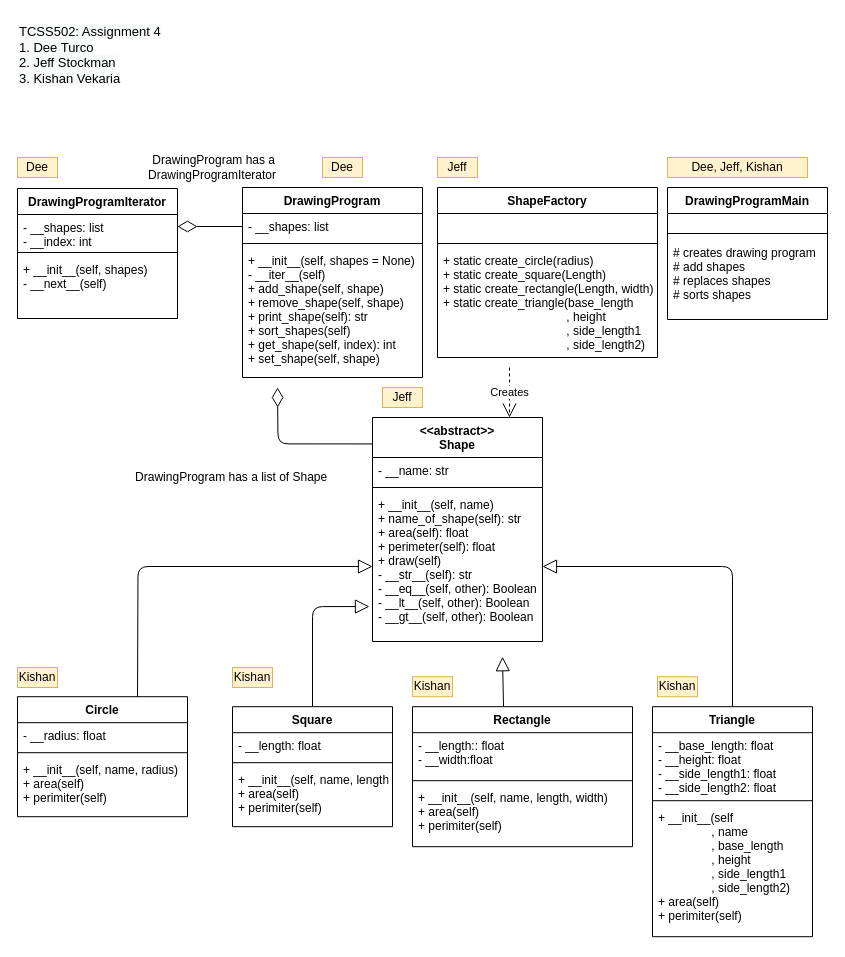
Above: HW4_Dee.drawio in jstocks/shapefactory (draw.io), before the change. Source tidied: cells renumbered, new cells numbered last; positions are measured from the earlier drawing's top-left corner, leaving out a move shared by most shapes. Both pictures are drawn from the tidied source at 100%, with x=0, y=0 at pixel (17, 17).
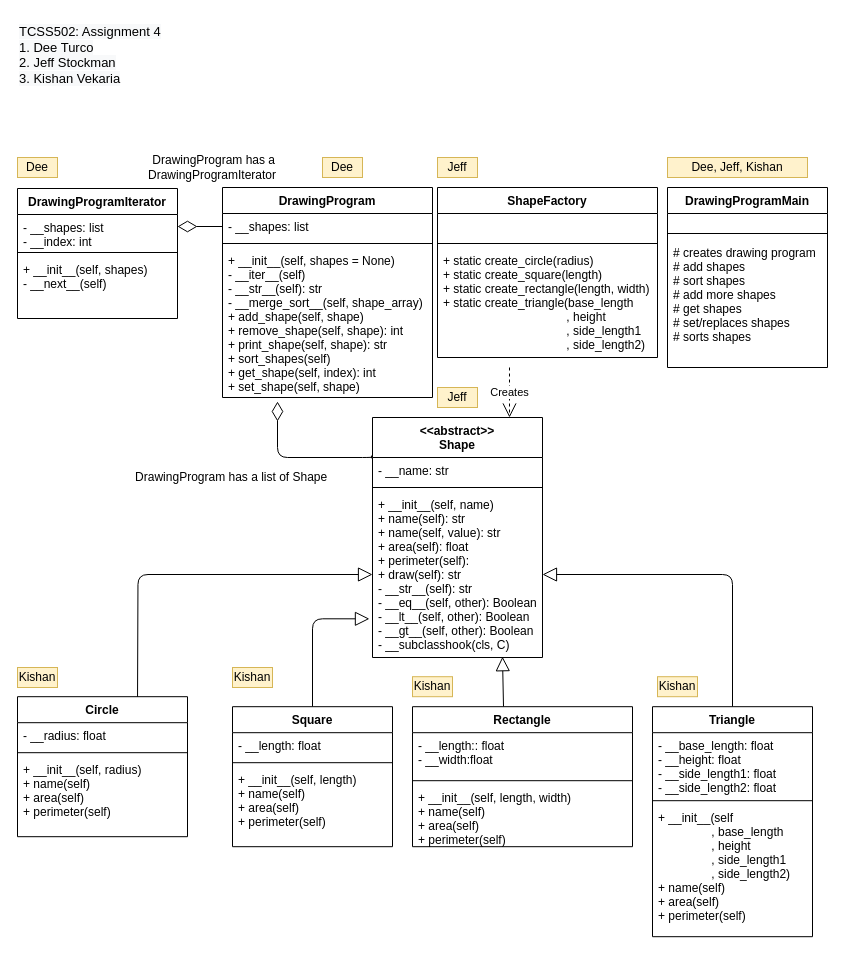
After the change.

The change refers to these unchanged cells:
```xml
<mxCell id="14" value="ShapeFactory" style="swimlane;fontStyle=1;align=center;verticalAlign=top;horizontal=1;startSize=26;" parent="1" vertex="1">
  <mxGeometry x="420" y="170" width="220" height="170" as="geometry" />
</mxCell>
<mxCell id="30" value="Triangle" style="swimlane;fontStyle=1;align=center;verticalAlign=top;horizontal=1;startSize=26;" parent="1" vertex="1">
  <mxGeometry x="635" y="689.2" width="160" height="230" as="geometry" />
</mxCell>
<mxCell id="38" value="Rectangle" style="swimlane;fontStyle=1;align=center;verticalAlign=top;horizontal=1;startSize=26;" parent="1" vertex="1">
  <mxGeometry x="395" y="689.2" width="220" height="140" as="geometry" />
</mxCell>
```

What changed in the source:
```diff
@@
-    <mxCell id="5" style="endArrow=diamondThin;html=1;exitX=0;exitY=0.118;exitDx=0;exitDy=0;endFill=0;edgeStyle=orthogonalEdgeStyle;exitPerimeter=0;strokeWidth=1;endSize=17;" parent="1" edge="1" source="26">
+    <mxCell id="5" style="endArrow=diamondThin;html=1;exitX=-0.006;exitY=0.17;exitDx=0;exitDy=0;endFill=0;edgeStyle=orthogonalEdgeStyle;exitPerimeter=0;strokeWidth=1;endSize=17;" parent="1" edge="1" source="26">
       <mxGeometry relative="1" as="geometry">
-        <mxPoint x="260" y="370" as="targetPoint" />
+        <mxPoint x="260" y="384" as="targetPoint" />
+        <Array as="points">
+          <mxPoint x="355" y="438" />
+          <mxPoint x="355" y="440" />
+          <mxPoint x="260" y="440" />
+        </Array>
       </mxGeometry>
     </mxCell>
@@
-    <mxCell id="17" value="+ static create_circle(radius)&#10;+ static create_square(Length)&#10;+ static create_rectangle(Length, width)&#10;+ static create_triangle(base_length&#10;                                     , height&#10;                                     , side_length1&#10;                                     , side_length2)&#10;" style="text;strokeColor=none;fillColor=none;align=left;verticalAlign=top;spacingLeft=4;spacingRight=4;overflow=hidden;" parent="14" vertex="1">
+    <mxCell id="17" value="+ static create_circle(radius)&#10;+ static create_square(length)&#10;+ static create_rectangle(length, width)&#10;+ static create_triangle(base_length&#10;                                     , height&#10;                                     , side_length1&#10;                                     , side_length2)&#10;" style="text;strokeColor=none;fillColor=none;align=left;verticalAlign=top;spacingLeft=4;spacingRight=4;overflow=hidden;" parent="14" vertex="1">
       <mxGeometry y="60" width="220" height="110" as="geometry" />
     </mxCell>
     <mxCell id="18" value="DrawingProgramMain" style="swimlane;fontStyle=1;align=center;verticalAlign=top;horizontal=1;startSize=26;" parent="1" vertex="1">
-      <mxGeometry x="650" y="170" width="160" height="132" as="geometry" />
+      <mxGeometry x="650" y="170" width="160" height="180" as="geometry" />
     </mxCell>
@@
-    <mxCell id="21" value="# creates drawing program&#10;# add shapes&#10;# replaces shapes&#10;# sorts shapes" style="text;strokeColor=none;fillColor=none;align=left;verticalAlign=top;spacingLeft=4;spacingRight=4;overflow=hidden;" parent="18" vertex="1">
-      <mxGeometry y="52" width="160" height="80" as="geometry" />
+    <mxCell id="21" value="# creates drawing program&#10;# add shapes&#10;# sort shapes&#10;# add more shapes&#10;# get shapes&#10;# set/replaces shapes&#10;# sorts shapes" style="text;strokeColor=none;fillColor=none;align=left;verticalAlign=top;spacingLeft=4;spacingRight=4;overflow=hidden;" parent="18" vertex="1">
+      <mxGeometry y="52" width="160" height="128" as="geometry" />
     </mxCell>
     <mxCell id="22" value="Circle" style="swimlane;fontStyle=1;align=center;verticalAlign=top;horizontal=1;startSize=26;" parent="1" vertex="1">
-      <mxGeometry y="679.2" width="170" height="120" as="geometry" />
+      <mxGeometry y="679.2" width="170" height="140" as="geometry" />
     </mxCell>
@@
-    <mxCell id="25" value="+ __init__(self, name, radius)&#10;+ area(self)&#10;+ perimiter(self)" style="text;strokeColor=none;fillColor=none;align=left;verticalAlign=top;spacingLeft=4;spacingRight=4;overflow=hidden;" parent="22" vertex="1">
-      <mxGeometry y="60" width="170" height="60" as="geometry" />
+    <mxCell id="25" value="+ __init__(self, radius)&#10;+ name(self)&#10;+ area(self)&#10;+ perimeter(self)" style="text;strokeColor=none;fillColor=none;align=left;verticalAlign=top;spacingLeft=4;spacingRight=4;overflow=hidden;" parent="22" vertex="1">
+      <mxGeometry y="60" width="170" height="80" as="geometry" />
     </mxCell>
     <mxCell id="26" value="&lt;&lt;abstract&gt;&gt;&#10;Shape" style="swimlane;fontStyle=1;align=center;verticalAlign=top;horizontal=1;startSize=40;" parent="1" vertex="1">
-      <mxGeometry x="355" y="400" width="170" height="224" as="geometry" />
+      <mxGeometry x="355" y="400" width="170" height="240" as="geometry" />
     </mxCell>
@@
-    <mxCell id="29" value="+ __init__(self, name)&#10;+ name_of_shape(self): str&#10;+ area(self): float&#10;+ perimeter(self): float&#10;+ draw(self)&#10;- __str__(self): str&#10;- __eq__(self, other): Boolean&#10;- __lt__(self, other): Boolean&#10;- __gt__(self, other): Boolean" style="text;strokeColor=none;fillColor=none;align=left;verticalAlign=top;spacingLeft=4;spacingRight=4;overflow=hidden;points=[[0,0.5],[1,0.5]];portConstraint=eastwest;" parent="26" vertex="1">
-      <mxGeometry y="74" width="170" height="150" as="geometry" />
+    <mxCell id="29" value="+ __init__(self, name)&#10;+ name(self): str&#10;+ name(self, value): str&#10;+ area(self): float&#10;+ perimeter(self):&#10;+ draw(self): str&#10;- __str__(self): str&#10;- __eq__(self, other): Boolean&#10;- __lt__(self, other): Boolean&#10;- __gt__(self, other): Boolean&#10;- __subclasshook(cls, C)" style="text;strokeColor=none;fillColor=none;align=left;verticalAlign=top;spacingLeft=4;spacingRight=4;overflow=hidden;points=[[0,0.5],[1,0.5]];portConstraint=eastwest;" parent="26" vertex="1">
+      <mxGeometry y="74" width="170" height="166" as="geometry" />
     </mxCell>
@@
-    <mxCell id="33" value="+ __init__(self&#10;                , name&#10;                , base_length&#10;                , height&#10;                , side_length1&#10;                , side_length2) &#10;+ area(self)&#10;+ perimiter(self)" style="text;strokeColor=none;fillColor=none;align=left;verticalAlign=top;spacingLeft=4;spacingRight=4;overflow=hidden;" parent="30" vertex="1">
+    <mxCell id="33" value="+ __init__(self&#10;                , base_length&#10;                , height&#10;                , side_length1&#10;                , side_length2) &#10;+ name(self)&#10;+ area(self)&#10;+ perimeter(self)" style="text;strokeColor=none;fillColor=none;align=left;verticalAlign=top;spacingLeft=4;spacingRight=4;overflow=hidden;" parent="30" vertex="1">
       <mxGeometry y="98" width="160" height="132" as="geometry" />
     </mxCell>
     <mxCell id="34" value="Square" style="swimlane;fontStyle=1;align=center;verticalAlign=top;horizontal=1;startSize=26;" parent="1" vertex="1">
-      <mxGeometry x="215" y="689.2" width="160" height="120" as="geometry" />
+      <mxGeometry x="215" y="689.2" width="160" height="140" as="geometry" />
     </mxCell>
@@
-    <mxCell id="37" value="+ __init__(self, name, length)&#10;+ area(self)&#10;+ perimiter(self)" style="text;strokeColor=none;fillColor=none;align=left;verticalAlign=top;spacingLeft=4;spacingRight=4;overflow=hidden;" parent="34" vertex="1">
-      <mxGeometry y="60" width="160" height="60" as="geometry" />
+    <mxCell id="37" value="+ __init__(self, length)&#10;+ name(self)&#10;+ area(self)&#10;+ perimeter(self)" style="text;strokeColor=none;fillColor=none;align=left;verticalAlign=top;spacingLeft=4;spacingRight=4;overflow=hidden;" parent="34" vertex="1">
+      <mxGeometry y="60" width="160" height="80" as="geometry" />
     </mxCell>
@@
-    <mxCell id="41" value="+ __init__(self, name, length, width)&#10;+ area(self)&#10;+ perimiter(self)" style="text;strokeColor=none;fillColor=none;align=left;verticalAlign=top;spacingLeft=4;spacingRight=4;overflow=hidden;" parent="38" vertex="1">
+    <mxCell id="41" value="+ __init__(self, length, width)&#10;+ name(self)&#10;+ area(self)&#10;+ perimeter(self)" style="text;strokeColor=none;fillColor=none;align=left;verticalAlign=top;spacingLeft=4;spacingRight=4;overflow=hidden;" parent="38" vertex="1">
       <mxGeometry y="78" width="220" height="62" as="geometry" />
     </mxCell>
     <mxCell id="42" value="DrawingProgram" style="swimlane;fontStyle=1;align=center;verticalAlign=top;horizontal=1;startSize=26;" parent="1" vertex="1">
-      <mxGeometry x="225" y="170" width="180" height="190" as="geometry" />
+      <mxGeometry x="205" y="170" width="210" height="210" as="geometry" />
     </mxCell>
     <mxCell id="43" value="- __shapes: list" style="text;strokeColor=none;fillColor=none;align=left;verticalAlign=top;spacingLeft=4;spacingRight=4;overflow=hidden;points=[[0,0.5],[1,0.5]];portConstraint=eastwest;" parent="42" vertex="1">
-      <mxGeometry y="26" width="180" height="26" as="geometry" />
+      <mxGeometry y="26" width="210" height="26" as="geometry" />
     </mxCell>
     <mxCell id="44" style="line;strokeWidth=1;fillColor=none;align=left;verticalAlign=middle;spacingTop=-1;spacingLeft=3;spacingRight=3;labelPosition=right;" parent="42" vertex="1">
-      <mxGeometry y="52" width="180" height="8" as="geometry" />
+      <mxGeometry y="52" width="210" height="8" as="geometry" />
     </mxCell>
-    <mxCell id="45" value="+ __init__(self, shapes = None)&#10;- __iter__(self)&#10;+ add_shape(self, shape) &#10;+ remove_shape(self, shape)&#10;+ print_shape(self): str&#10;+ sort_shapes(self)&#10;+ get_shape(self, index): int&#10;+ set_shape(self, shape)&#10;" style="text;strokeColor=none;fillColor=none;align=left;verticalAlign=top;spacingLeft=4;spacingRight=4;overflow=hidden;" parent="42" vertex="1">
-      <mxGeometry y="60" width="180" height="130" as="geometry" />
+    <mxCell id="45" value="+ __init__(self, shapes = None)&#10;- __iter__(self)&#10;- __str__(self): str&#10;- __merge_sort__(self, shape_array)&#10;+ add_shape(self, shape) &#10;+ remove_shape(self, shape): int&#10;+ print_shape(self, shape): str&#10;+ sort_shapes(self)&#10;+ get_shape(self, index): int&#10;+ set_shape(self, shape)&#10;&#10;" style="text;strokeColor=none;fillColor=none;align=left;verticalAlign=top;spacingLeft=4;spacingRight=4;overflow=hidden;" parent="42" vertex="1">
+      <mxGeometry y="60" width="210" height="150" as="geometry" />
     </mxCell>
@@
     <mxCell id="50" value="Jeff" style="text;html=1;strokeColor=#d6b656;fillColor=#fff2cc;align=center;verticalAlign=middle;whiteSpace=wrap;rounded=0;" parent="1" vertex="1">
-      <mxGeometry x="365" y="370" width="40" height="20" as="geometry" />
+      <mxGeometry x="420" y="370" width="40" height="20" as="geometry" />
     </mxCell>
```
